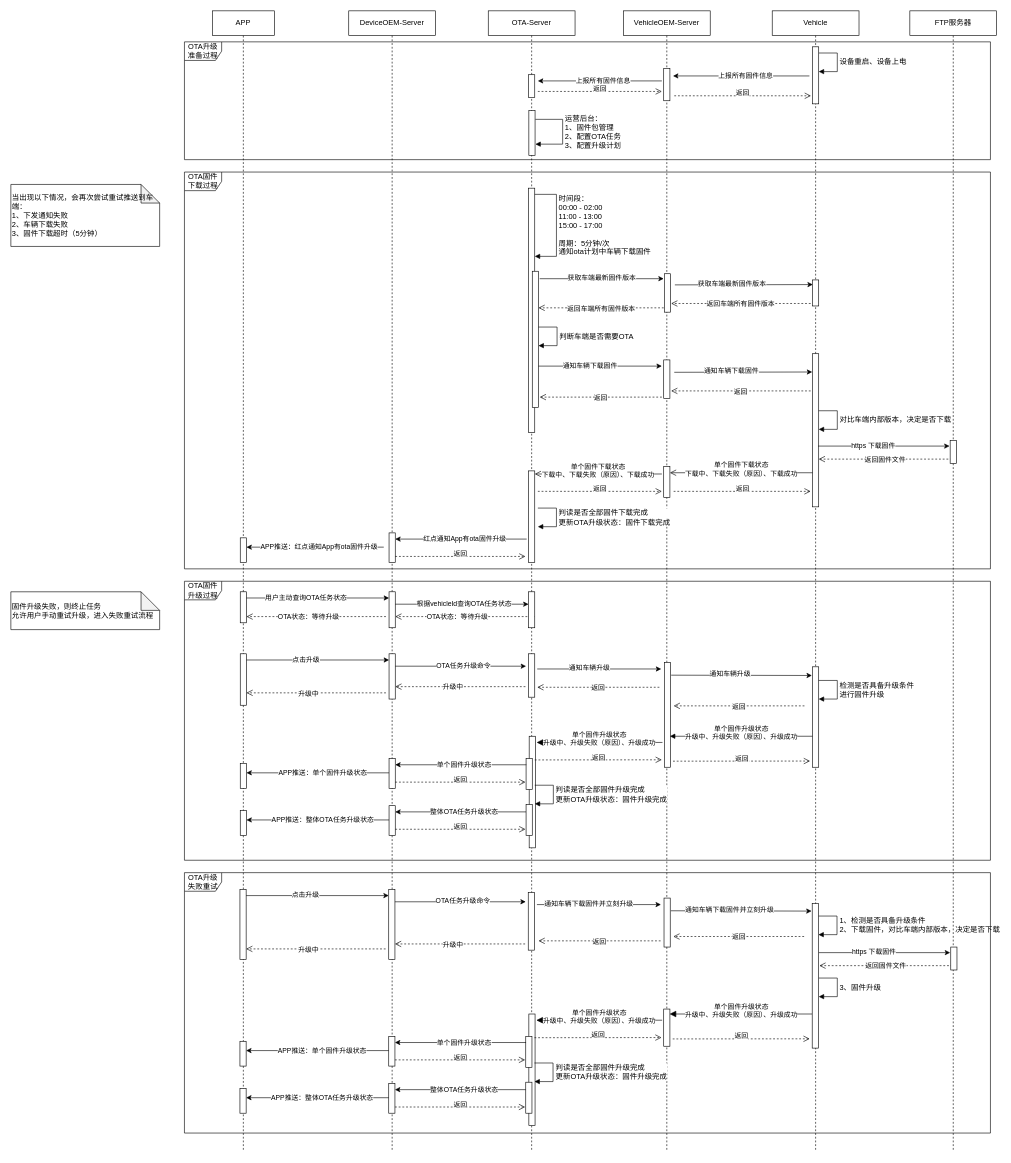
jianguocong/chart keeps this draw.io diagram as OTA整体流程.drawio. Above is the earlier version. Source tidied: cells renumbered, new cells numbered last; positions are measured from the earlier drawing's top-left corner, leaving out a move shared by most shapes. Both pictures are drawn from the tidied source at 62%, with x=0, y=0 at pixel (11, 11).
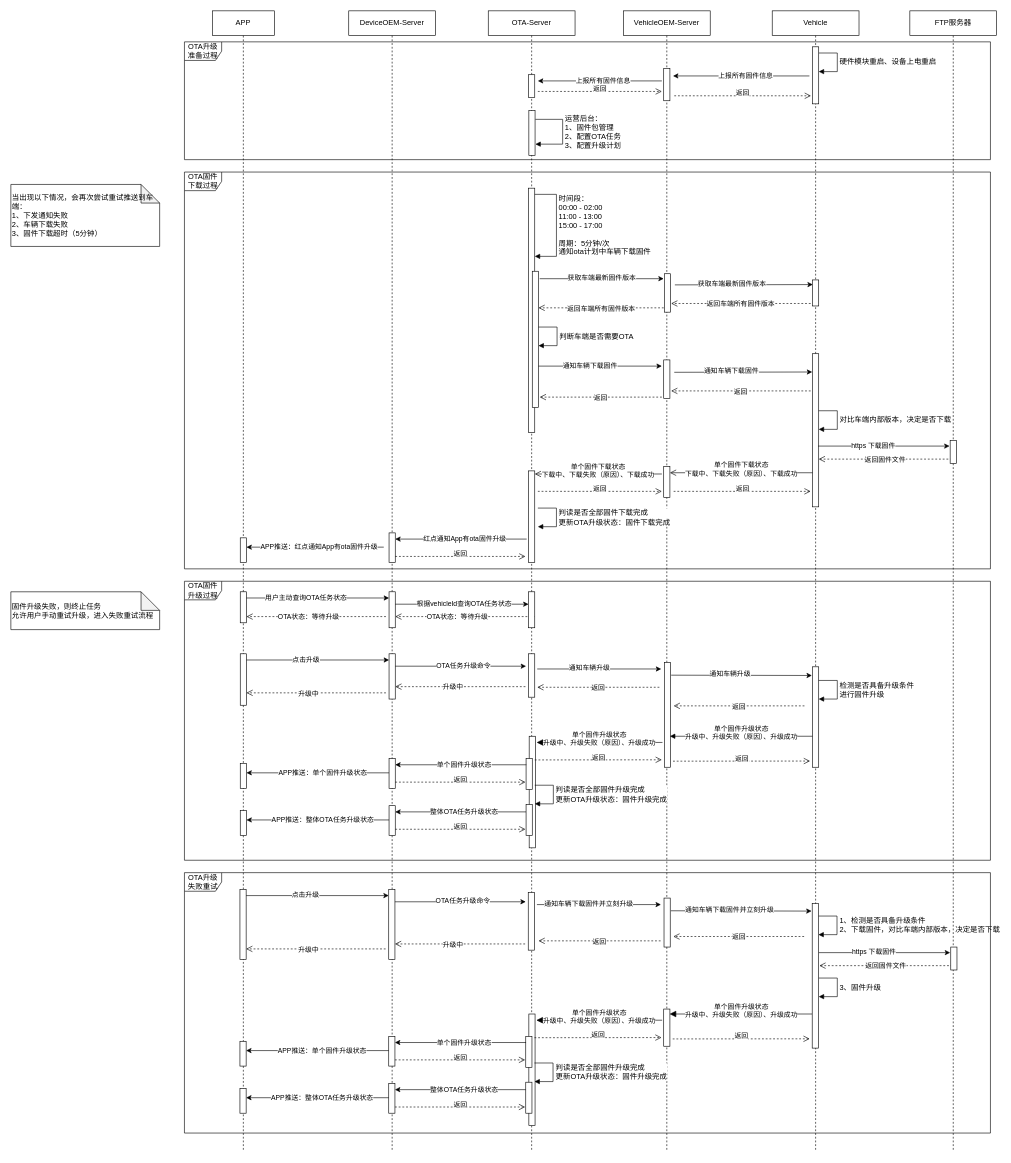
The same page after the edit.

The edit, as a diff of the source:
```diff
@@
-    <mxCell id="31" value="设备重启、设备上电" style="html=1;align=left;spacingLeft=2;endArrow=block;rounded=0;edgeStyle=orthogonalEdgeStyle;curved=0;rounded=0;fontFamily=Helvetica;fontSize=12;fontColor=default;" parent="1" edge="1">
+    <mxCell id="31" value="硬件模块重启、设备上电重启" style="html=1;align=left;spacingLeft=2;endArrow=block;rounded=0;edgeStyle=orthogonalEdgeStyle;curved=0;rounded=0;fontFamily=Helvetica;fontSize=12;fontColor=default;" parent="1" edge="1">
       <mxGeometry relative="1" as="geometry">
         <mxPoint x="1303" y="68" as="sourcePoint" />
         <mxPoint x="1303" y="98" as="targetPoint" />
         <Array as="points">
           <mxPoint x="1333" y="68" />
           <mxPoint x="1333" y="98" />
         </Array>
       </mxGeometry>
     </mxCell>
```
